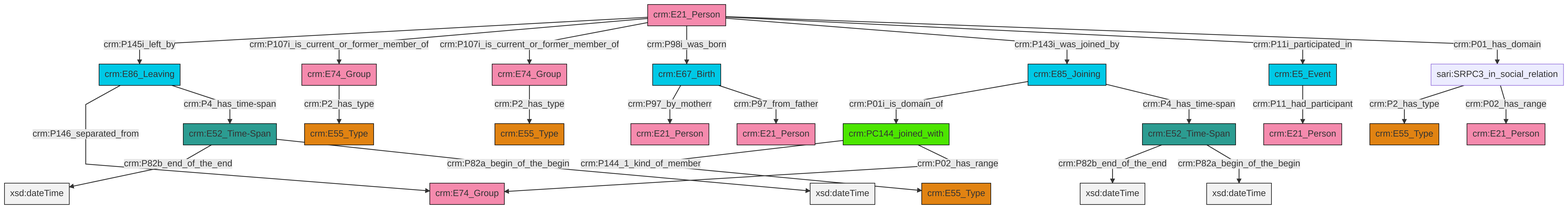
This is et/personCSV/ttl/mmd/png/Person_Actor_Relations.png from swiss-art-research-net/docs.swissartresearch, a Mermaid export, as it was before one commit. Its source is kept beside it as et/personCSV/ttl/mmd/Person_Actor_Relations.ttl.mmd.
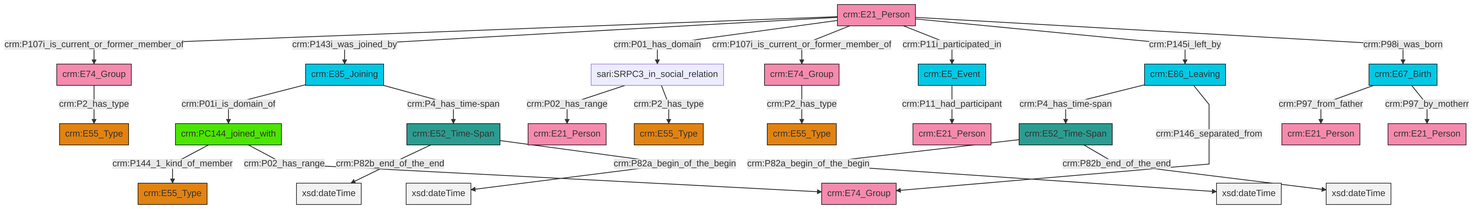
After the change.

Change to the diagram source:
```diff
@@ -13,27 +13,27 @@
 classDef PC_Classes fill:#4ce600, stroke:#000000;
 classDef Multi fill:#cccccc,stroke:#000000;
 
-0["crm:E5_Event"]:::Temporal_Entity -->|crm:P11_had_participant| 1["crm:E21_Person"]:::Actor
-4["crm:E86_Leaving"]:::Temporal_Entity -->|crm:P146_separated_from| 5["crm:E74_Group"]:::Actor
-14["crm:E21_Person"]:::Actor -->|crm:P145i_left_by| 4["crm:E86_Leaving"]:::Temporal_Entity
+4["crm:E5_Event"]:::Temporal_Entity -->|crm:P11_had_participant| 5["crm:E21_Person"]:::Actor
+10["crm:E86_Leaving"]:::Temporal_Entity -->|crm:P4_has_time-span| 11["crm:E52_Time-Span"]:::Time-Span
+6["crm:E67_Birth"]:::Temporal_Entity -->|crm:P97_from_father| 12["crm:E21_Person"]:::Actor
+13["crm:E74_Group"]:::Actor -->|crm:P2_has_type| 14["crm:E55_Type"]:::Type
 8["crm:E52_Time-Span"]:::Time-Span -->|crm:P82b_end_of_the_end| 15[xsd:dateTime]:::Literal
-18["crm:PC144_joined_with"]:::PC_Classes -->|crm:P144_1_kind_of_member| 19["crm:E55_Type"]:::Type
-24["crm:E74_Group"]:::Actor -->|crm:P2_has_type| 16["crm:E55_Type"]:::Type
-22["crm:E85_Joining"]:::Temporal_Entity -->|crm:P01i_is_domain_of| 18["crm:PC144_joined_with"]:::PC_Classes
-14["crm:E21_Person"]:::Actor -->|crm:P107i_is_current_or_former_member_of| 2["crm:E74_Group"]:::Actor
-6["sari:SRPC3_in_social_relation"]:::Default -->|crm:P2_has_type| 30["crm:E55_Type"]:::Type
-4["crm:E86_Leaving"]:::Temporal_Entity -->|crm:P4_has_time-span| 26["crm:E52_Time-Span"]:::Time-Span
-28["crm:E67_Birth"]:::Temporal_Entity -->|crm:P97_by_motherr| 10["crm:E21_Person"]:::Actor
-26["crm:E52_Time-Span"]:::Time-Span -->|crm:P82b_end_of_the_end| 31[xsd:dateTime]:::Literal
-8["crm:E52_Time-Span"]:::Time-Span -->|crm:P82a_begin_of_the_begin| 32[xsd:dateTime]:::Literal
-14["crm:E21_Person"]:::Actor -->|crm:P107i_is_current_or_former_member_of| 24["crm:E74_Group"]:::Actor
-6["sari:SRPC3_in_social_relation"]:::Default -->|crm:P02_has_range| 12["crm:E21_Person"]:::Actor
-28["crm:E67_Birth"]:::Temporal_Entity -->|crm:P97_from_father| 39["crm:E21_Person"]:::Actor
-14["crm:E21_Person"]:::Actor -->|crm:P98i_was_born| 28["crm:E67_Birth"]:::Temporal_Entity
-2["crm:E74_Group"]:::Actor -->|crm:P2_has_type| 20["crm:E55_Type"]:::Type
-14["crm:E21_Person"]:::Actor -->|crm:P143i_was_joined_by| 22["crm:E85_Joining"]:::Temporal_Entity
-18["crm:PC144_joined_with"]:::PC_Classes -->|crm:P02_has_range| 5["crm:E74_Group"]:::Actor
-14["crm:E21_Person"]:::Actor -->|crm:P11i_participated_in| 0["crm:E5_Event"]:::Temporal_Entity
-22["crm:E85_Joining"]:::Temporal_Entity -->|crm:P4_has_time-span| 8["crm:E52_Time-Span"]:::Time-Span
-14["crm:E21_Person"]:::Actor -->|crm:P01_has_domain| 6["sari:SRPC3_in_social_relation"]:::Default
-26["crm:E52_Time-Span"]:::Time-Span -->|crm:P82a_begin_of_the_begin| 46[xsd:dateTime]:::Literal
+6["crm:E67_Birth"]:::Temporal_Entity -->|crm:P97_by_motherr| 0["crm:E21_Person"]:::Actor
+21["crm:E21_Person"]:::Actor -->|crm:P107i_is_current_or_former_member_of| 22["crm:E74_Group"]:::Actor
+11["crm:E52_Time-Span"]:::Time-Span -->|crm:P82a_begin_of_the_begin| 29[xsd:dateTime]:::Literal
+21["crm:E21_Person"]:::Actor -->|crm:P143i_was_joined_by| 16["crm:E85_Joining"]:::Temporal_Entity
+18["crm:PC144_joined_with"]:::PC_Classes -->|crm:P144_1_kind_of_member| 2["crm:E55_Type"]:::Type
+21["crm:E21_Person"]:::Actor -->|crm:P01_has_domain| 23["sari:SRPC3_in_social_relation"]:::Default
+16["crm:E85_Joining"]:::Temporal_Entity -->|crm:P01i_is_domain_of| 18["crm:PC144_joined_with"]:::PC_Classes
+22["crm:E74_Group"]:::Actor -->|crm:P2_has_type| 33["crm:E55_Type"]:::Type
+21["crm:E21_Person"]:::Actor -->|crm:P107i_is_current_or_former_member_of| 13["crm:E74_Group"]:::Actor
+10["crm:E86_Leaving"]:::Temporal_Entity -->|crm:P146_separated_from| 35["crm:E74_Group"]:::Actor
+11["crm:E52_Time-Span"]:::Time-Span -->|crm:P82b_end_of_the_end| 36[xsd:dateTime]:::Literal
+21["crm:E21_Person"]:::Actor -->|crm:P11i_participated_in| 4["crm:E5_Event"]:::Temporal_Entity
+21["crm:E21_Person"]:::Actor -->|crm:P145i_left_by| 10["crm:E86_Leaving"]:::Temporal_Entity
+18["crm:PC144_joined_with"]:::PC_Classes -->|crm:P02_has_range| 35["crm:E74_Group"]:::Actor
+21["crm:E21_Person"]:::Actor -->|crm:P98i_was_born| 6["crm:E67_Birth"]:::Temporal_Entity
+16["crm:E85_Joining"]:::Temporal_Entity -->|crm:P4_has_time-span| 8["crm:E52_Time-Span"]:::Time-Span
+23["sari:SRPC3_in_social_relation"]:::Default -->|crm:P02_has_range| 25["crm:E21_Person"]:::Actor
+23["sari:SRPC3_in_social_relation"]:::Default -->|crm:P2_has_type| 30["crm:E55_Type"]:::Type
+8["crm:E52_Time-Span"]:::Time-Span -->|crm:P82a_begin_of_the_begin| 45[xsd:dateTime]:::Literal
```
